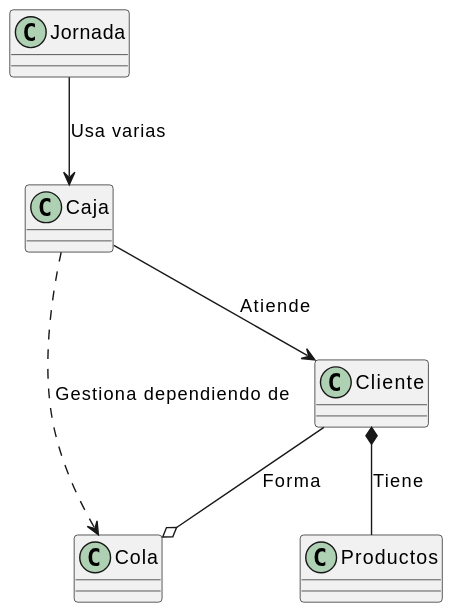
Earlier version of the PlantUML export modelosUML y svg/svg/DiagramaDeClases.svg (mmasias/24-25-IdSw2-SDD).
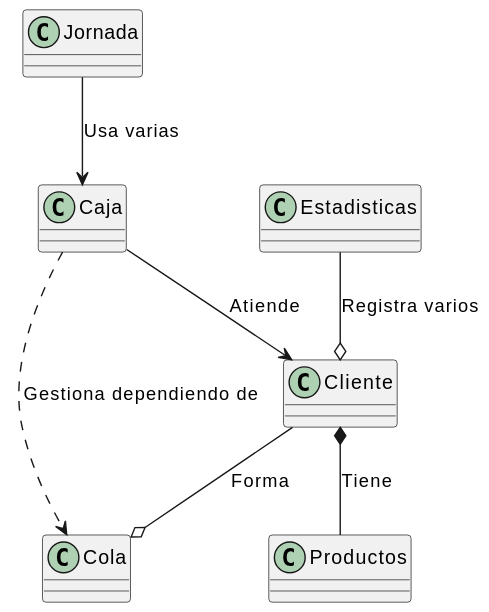
The same file after the commit.

Commit message:
implementacion de estadisticas en el diagrama v1

Diff of the diagram source:
```diff
@@ -9,11 +9,13 @@
 }
 class Productos {
 }
-
+class Estadisticas {
+}
 
 Jornada --> Caja : "Usa varias"
 Caja --> Cliente : "Atiende"
 Cliente *-- Productos : "Tiene"
 Cliente --o Cola : "Forma"
 Caja ..> Cola : "Gestiona dependiendo de"
+Estadisticas --o Cliente : "Registra varios"
 @enduml
```
